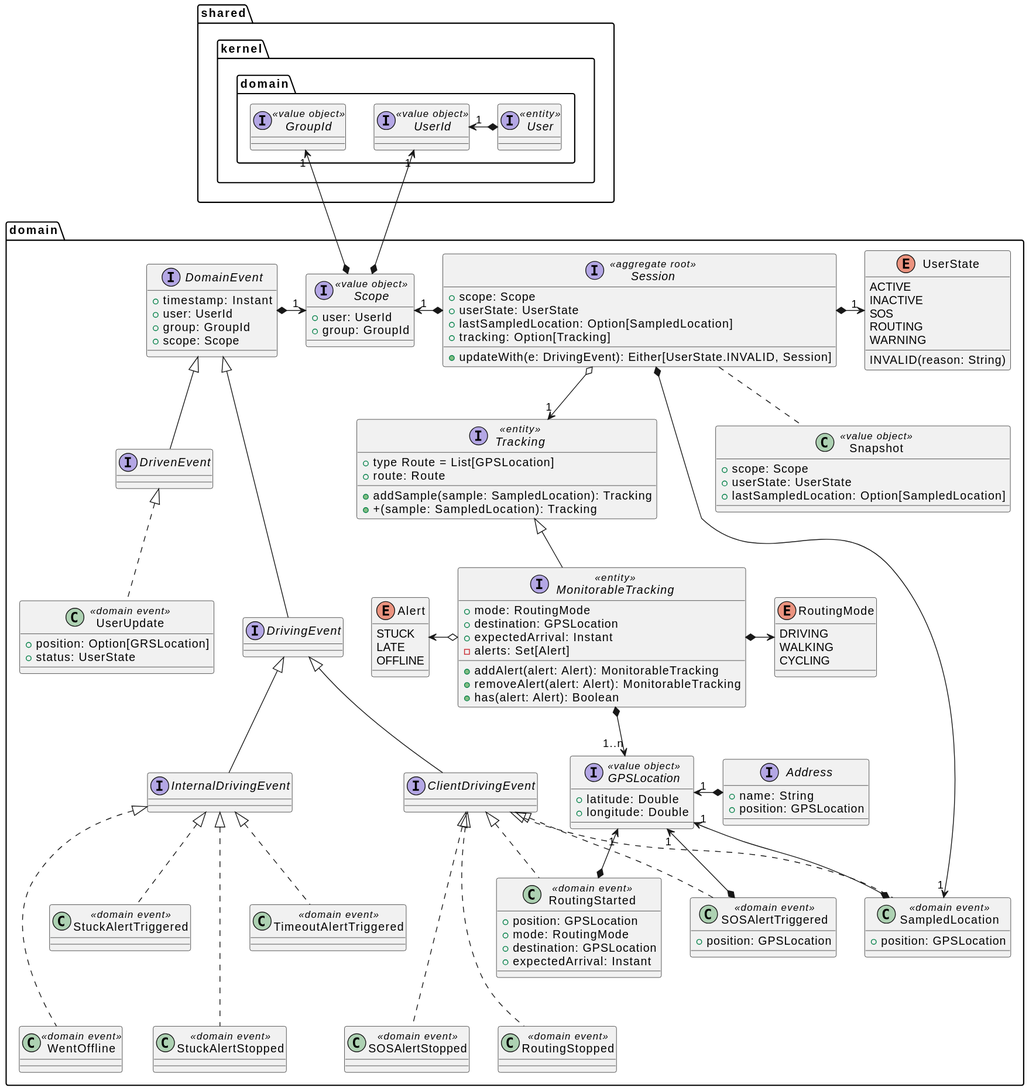
The PlantUML diagram res/location-service-structure-domain-light.svg in position-pal/position-pal.github.io, before a commit.
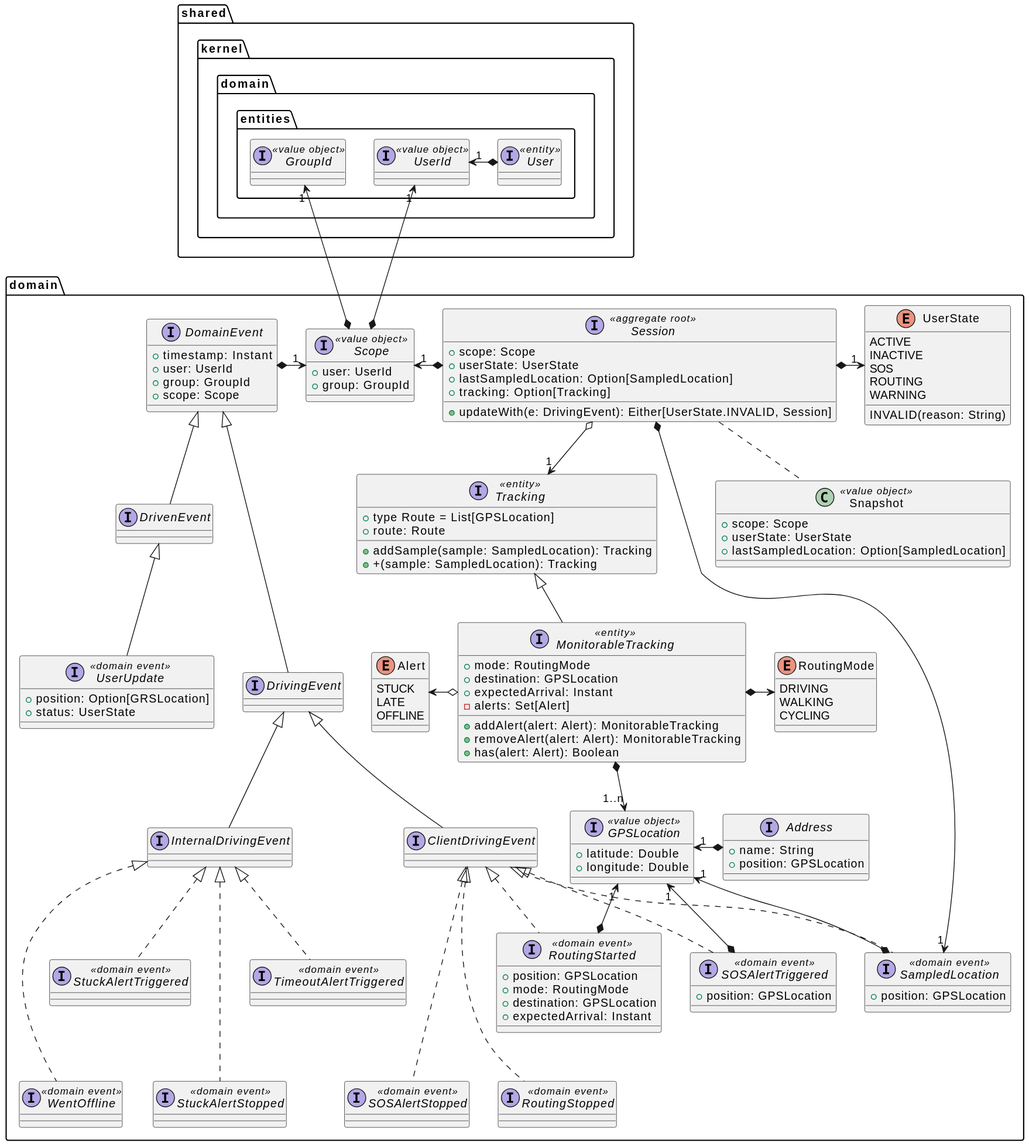
The same diagram one commit later.

The edit, as a diff of the source:
```diff
@@ -1,5 +1,5 @@
 @startuml
-package shared.kernel.domain {
+package shared.kernel.domain.entities {
     interface User <<entity>>
     interface UserId <<value object>>
     interface GroupId <<value object>>
@@ -36,7 +36,7 @@
     DomainEvent *-right-> "1" Scope
 
     interface DrivenEvent extends DomainEvent
-    class UserUpdate <<domain event>> implements DrivenEvent {
+    interface UserUpdate <<domain event>> implements DrivenEvent {
         + position: Option[GRSLocation]
         + status: UserState
     }
@@ -44,34 +44,34 @@
     interface DrivingEvent extends DomainEvent
     interface ClientDrivingEvent extends DrivingEvent
 
-    class SampledLocation <<domain event>> {
+    interface SampledLocation <<domain event>> {
         + position: GPSLocation
     }
     ClientDrivingEvent <|.. SampledLocation
-    class SOSAlertTriggered <<domain event>> {
+    interface SOSAlertTriggered <<domain event>> {
         + position: GPSLocation
     }
     ClientDrivingEvent <|.. SOSAlertTriggered
-    class SOSAlertStopped <<domain event>>
+    interface SOSAlertStopped <<domain event>>
     ClientDrivingEvent <|... SOSAlertStopped
-    class RoutingStarted <<domain event>> {
+    interface RoutingStarted <<domain event>> {
         + position: GPSLocation
         + mode: RoutingMode
         + destination: GPSLocation
         + expectedArrival: Instant
     }
     ClientDrivingEvent <|.. RoutingStarted
-    class RoutingStopped <<domain event>>
+    interface RoutingStopped <<domain event>>
     ClientDrivingEvent <|... RoutingStopped
 
     interface InternalDrivingEvent extends DrivingEvent
-    class WentOffline <<domain event>>
+    interface WentOffline <<domain event>>
     InternalDrivingEvent <|... WentOffline
-    class StuckAlertTriggered <<domain event>>
+    interface StuckAlertTriggered <<domain event>>
     InternalDrivingEvent <|.. StuckAlertTriggered
-    class StuckAlertStopped <<domain event>>
+    interface StuckAlertStopped <<domain event>>
     InternalDrivingEvent <|... StuckAlertStopped
-    class TimeoutAlertTriggered <<domain event>>
+    interface TimeoutAlertTriggered <<domain event>>
     InternalDrivingEvent <|.. TimeoutAlertTriggered
 
     GPSLocation "1" <--* RoutingStarted
```
